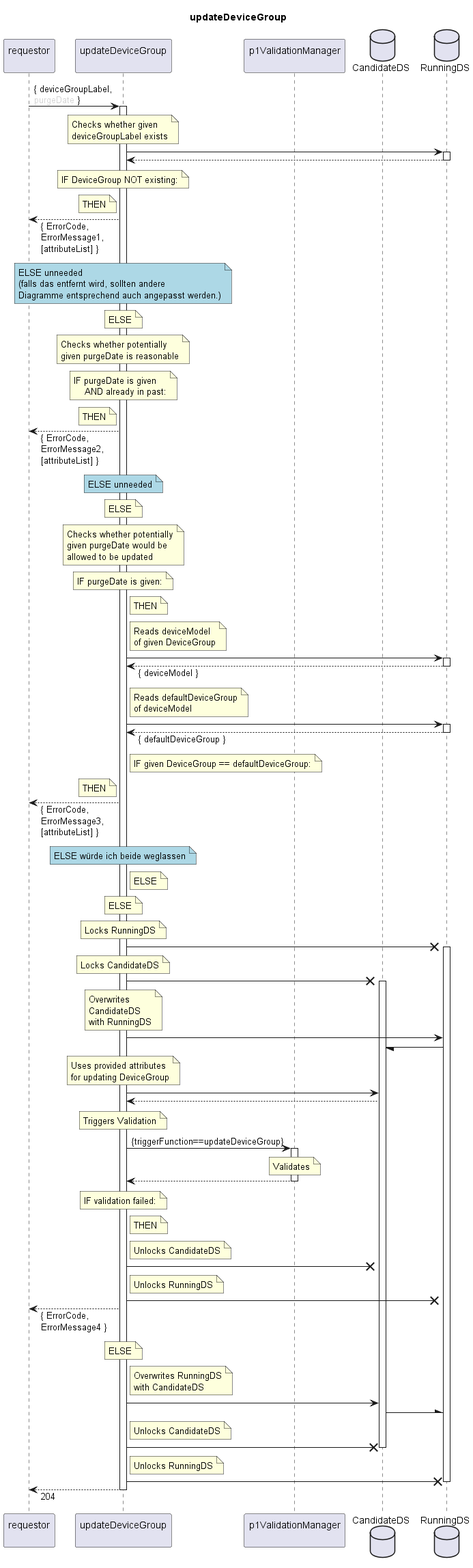
The PlantUML diagram spec/Services/updateDeviceGroup/1.0.0/updateDeviceGroup.png in openBackhaul/FirmWareManager, before a commit. The source it was exported from:
```plantuml
@startuml updateDeviceGroup
skinparam responseMessageBelowArrow true

title
  updateDeviceGroup
end title

participant "requestor\n" as requestor
participant "updateDeviceGroup\n" as indServ
participant "p1ValidationManager\n" as valiMan
database "CandidateDS" as CanDS
database "RunningDS" as RunDS

requestor -> indServ: { deviceGroupLabel,\n<color:LightGray>purgeDate</color> }
activate indServ

  note over indServ
    Checks whether given
    deviceGroupLabel exists
  end note
  indServ -> RunDS
  activate RunDS
  indServ <-- RunDS
  deactivate RunDS
  note over indServ
    IF DeviceGroup NOT existing:
  end note
  note left indServ
    THEN
  end note
  requestor <-- indServ: { ErrorCode,\nErrorMessage1,\n[attributeList] }
  note over indServ #LightBlue
    ELSE unneeded
    (falls das entfernt wird, sollten andere
    Diagramme entsprechend auch angepasst werden.)
  end note
  note over indServ
    ELSE
  end note

  note over indServ
    Checks whether potentially
    given purgeDate is reasonable
  end note
  note over indServ
    IF purgeDate is given
        AND already in past:
  end note
  note left indServ
    THEN
  end note
  requestor <-- indServ: { ErrorCode,\nErrorMessage2,\n[attributeList] }
  note over indServ #LightBlue
    ELSE unneeded
  end note
  note over indServ
    ELSE
  end note

  note over indServ
    Checks whether potentially
    given purgeDate would be
    allowed to be updated
  end note
  note over indServ
    IF purgeDate is given:
  end note
  note right indServ
    THEN
  end note
  note right indServ
    Reads deviceModel
    of given DeviceGroup
  end note
  indServ -> RunDS
  activate RunDS
  indServ <-- RunDS: { deviceModel }
  deactivate RunDS
  note right indServ
    Reads defaultDeviceGroup
    of deviceModel
  end note
  indServ -> RunDS
  activate RunDS
  indServ <-- RunDS: { defaultDeviceGroup }
  deactivate RunDS
  note right indServ
    IF given DeviceGroup == defaultDeviceGroup:
  end note
  note left indServ
    THEN
  end note
  requestor <-- indServ: { ErrorCode,\nErrorMessage3,\n[attributeList] }
  note over indServ #LightBlue
    ELSE würde ich beide weglassen
  end note
  note right indServ
    ELSE
  end note
  note over indServ
    ELSE
  end note

  note over indServ
    Locks RunningDS
  end note
  indServ -X RunDS
  activate RunDS
  note over indServ
    Locks CandidateDS
  end note
  indServ -X CanDS
  activate CanDS
  note over indServ
    Overwrites
    CandidateDS
    with RunningDS
  end note
  indServ -> RunDS
  RunDS -/ CanDS

  note over indServ
    Uses provided attributes
    for updating DeviceGroup
  end note
  indServ -> CanDS
  indServ <-- CanDS

  note over indServ
    Triggers Validation
  end note
  indServ -> valiMan: {triggerFunction==updateDeviceGroup}
  activate valiMan
    note over valiMan
      Validates
    end note
  indServ <-- valiMan
  deactivate valiMan
  note over indServ
    IF validation failed:
  end note
  note right indServ
    THEN
  end note
  note right indServ
    Unlocks CandidateDS
  end note
  indServ -X CanDS
  note right indServ
    Unlocks RunningDS
  end note
  indServ -X RunDS
  requestor <-- indServ: { ErrorCode,\nErrorMessage4 }
  note over indServ
    ELSE
  end note

  note right indServ
    Overwrites RunningDS
    with CandidateDS
  end note
  indServ -> CanDS
  CanDS -\ RunDS
  note right indServ
    Unlocks CandidateDS
  end note
  indServ -X CanDS
  deactivate CanDS
  note right indServ
    Unlocks RunningDS
  end note
  indServ -X RunDS
  deactivate RunDS

requestor <-- indServ: 204
deactivate indServ

@enduml
```
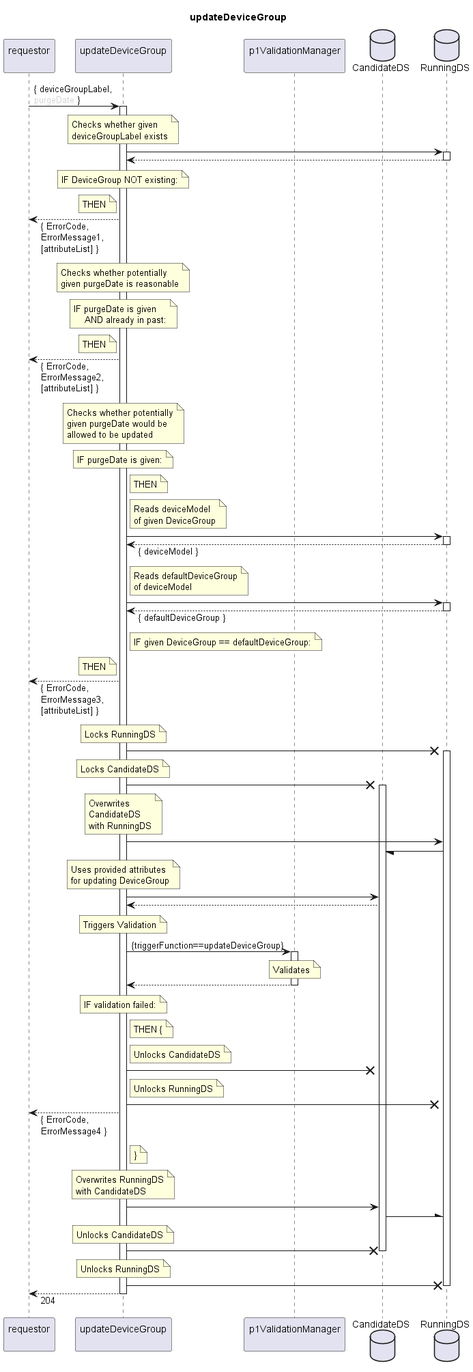
The same file after the commit.

What changed in the source:
```diff
@@ -29,14 +29,6 @@
     THEN
   end note
   requestor <-- indServ: { ErrorCode,\nErrorMessage1,\n[attributeList] }
-  note over indServ #LightBlue
-    ELSE unneeded
-    (falls das entfernt wird, sollten andere
-    Diagramme entsprechend auch angepasst werden.)
-  end note
-  note over indServ
-    ELSE
-  end note
 
   note over indServ
     Checks whether potentially
@@ -50,12 +42,6 @@
     THEN
   end note
   requestor <-- indServ: { ErrorCode,\nErrorMessage2,\n[attributeList] }
-  note over indServ #LightBlue
-    ELSE unneeded
-  end note
-  note over indServ
-    ELSE
-  end note
 
   note over indServ
     Checks whether potentially
@@ -91,15 +77,6 @@
     THEN
   end note
   requestor <-- indServ: { ErrorCode,\nErrorMessage3,\n[attributeList] }
-  note over indServ #LightBlue
-    ELSE würde ich beide weglassen
-  end note
-  note right indServ
-    ELSE
-  end note
-  note over indServ
-    ELSE
-  end note
 
   note over indServ
     Locks RunningDS
@@ -140,7 +117,7 @@
     IF validation failed:
   end note
   note right indServ
-    THEN
+    THEN {
   end note
   note right indServ
     Unlocks CandidateDS
@@ -151,22 +128,22 @@
   end note
   indServ -X RunDS
   requestor <-- indServ: { ErrorCode,\nErrorMessage4 }
-  note over indServ
-    ELSE
+  note right indServ
+    }
   end note
 
-  note right indServ
+  note over indServ
     Overwrites RunningDS
     with CandidateDS
   end note
   indServ -> CanDS
   CanDS -\ RunDS
-  note right indServ
+  note over indServ
     Unlocks CandidateDS
   end note
   indServ -X CanDS
   deactivate CanDS
-  note right indServ
+  note over indServ
     Unlocks RunningDS
   end note
   indServ -X RunDS
```
